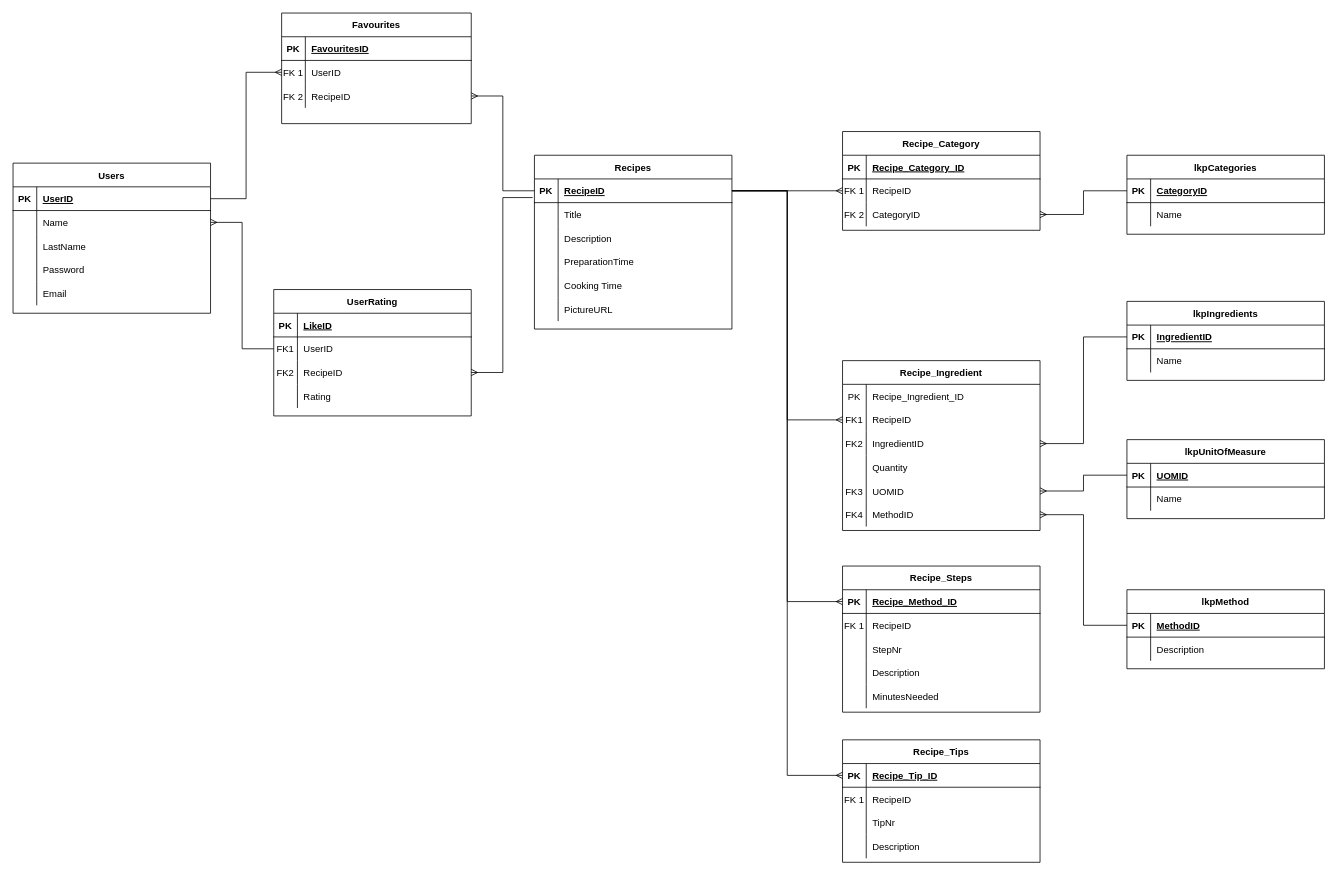
This is Database/CSCK543_EMA_ERD_RecipeApp_Main.drawio from nicolasKappa/Food_Recipe_Web_App, a draw.io file, before an edit. Source tidied: cells renumbered, new cells numbered last; positions are measured from the earlier drawing's top-left corner, leaving out a move shared by most shapes. Both pictures are drawn from the tidied source at 79%, with x=0, y=0 at pixel (13, 13).
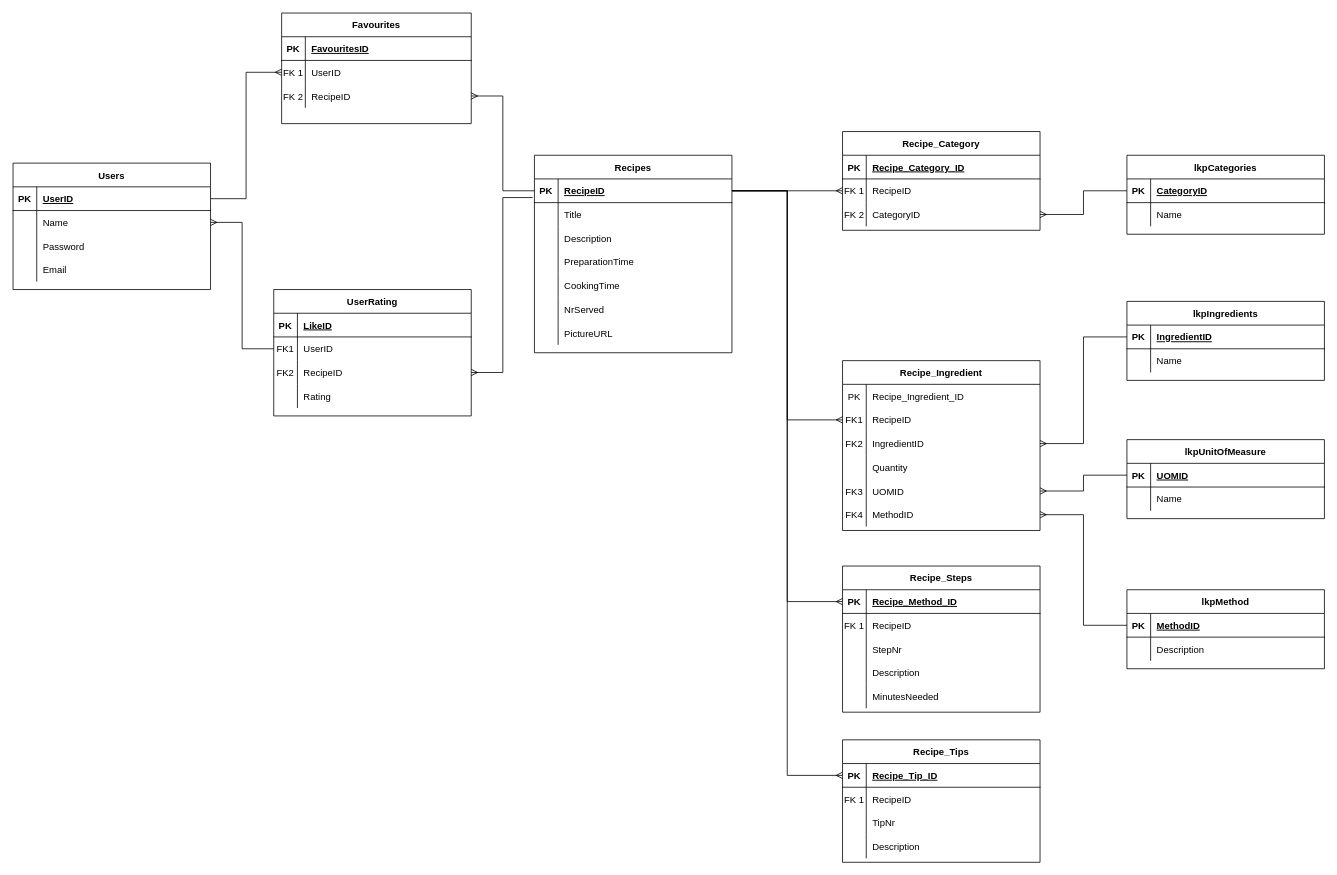
After the change.

Commit message:
Updated based on Session2 (UI/UX detail incorporated)

Unchanged cells that the change refers to:
```xml
<mxCell id="15" style="shape=partialRectangle;fillColor=none;top=0;left=0;right=0;bottom=0;" parent="2" vertex="1">
  <mxGeometry y="150" width="250" height="30" as="geometry" />
</mxCell>
```

Diff of the diagram source:
```diff
@@
     <mxCell id="2" value="Recipes" style="shape=table;startSize=30;childLayout=tableLayout;rowLines=0;fontStyle=1;align=center;" parent="1" vertex="1">
-      <mxGeometry x="660" y="180" width="250" height="220" as="geometry" />
+      <mxGeometry x="660" y="180" width="250" height="250" as="geometry" />
     </mxCell>
@@
-    <mxCell id="17" value="Cooking Time" style="shape=partialRectangle;overflow=hidden;fillColor=none;top=0;left=0;bottom=0;right=0;align=left;spacingLeft=6;" parent="15" vertex="1">
+    <mxCell id="17" value="CookingTime" style="shape=partialRectangle;overflow=hidden;fillColor=none;top=0;left=0;bottom=0;right=0;align=left;spacingLeft=6;" parent="15" vertex="1">
       <mxGeometry x="30" width="220" height="30" as="geometry" />
     </mxCell>
+    <mxCell id="159" style="shape=partialRectangle;fillColor=none;top=0;left=0;right=0;bottom=0;" parent="2" vertex="1">
+      <mxGeometry y="180" width="250" height="30" as="geometry" />
+    </mxCell>
+    <mxCell id="36" style="shape=partialRectangle;overflow=hidden;fillColor=none;top=0;left=0;bottom=0;right=0;" parent="159" vertex="1">
+      <mxGeometry width="30" height="30" as="geometry" />
+    </mxCell>
+    <mxCell id="160" value="NrServed" style="shape=partialRectangle;overflow=hidden;fillColor=none;top=0;left=0;bottom=0;right=0;align=left;spacingLeft=6;" parent="159" vertex="1">
+      <mxGeometry x="30" width="220" height="30" as="geometry" />
+    </mxCell>
     <mxCell id="18" style="shape=partialRectangle;fillColor=none;top=0;left=0;right=0;bottom=0;" parent="2" vertex="1">
-      <mxGeometry y="180" width="250" height="30" as="geometry" />
+      <mxGeometry y="210" width="250" height="30" as="geometry" />
     </mxCell>
@@
     <mxCell id="28" value="Users" style="shape=table;startSize=30;childLayout=tableLayout;rowLines=0;fontStyle=1;align=center;" parent="1" vertex="1">
-      <mxGeometry y="190" width="250" height="190" as="geometry" />
+      <mxGeometry y="190" width="250" height="160" as="geometry" />
     </mxCell>
@@
-    <mxCell id="35" style="shape=partialRectangle;fillColor=none;top=0;left=0;right=0;bottom=0;" parent="28" vertex="1">
-      <mxGeometry y="90" width="250" height="30" as="geometry" />
-    </mxCell>
-    <mxCell id="36" style="shape=partialRectangle;overflow=hidden;fillColor=none;top=0;left=0;bottom=0;right=0;" parent="35" vertex="1">
-      <mxGeometry width="30" height="30" as="geometry" />
-    </mxCell>
-    <mxCell id="37" value="LastName" style="shape=partialRectangle;overflow=hidden;fillColor=none;top=0;left=0;bottom=0;right=0;align=left;spacingLeft=6;" parent="35" vertex="1">
-      <mxGeometry x="30" width="220" height="30" as="geometry" />
-    </mxCell>
     <mxCell id="38" style="shape=partialRectangle;fillColor=none;top=0;left=0;right=0;bottom=0;" parent="28" vertex="1">
-      <mxGeometry y="120" width="250" height="30" as="geometry" />
+      <mxGeometry y="90" width="250" height="30" as="geometry" />
     </mxCell>
@@
     <mxCell id="41" style="shape=partialRectangle;fillColor=none;top=0;left=0;right=0;bottom=0;" parent="28" vertex="1">
-      <mxGeometry y="150" width="250" height="30" as="geometry" />
+      <mxGeometry y="120" width="250" height="30" as="geometry" />
     </mxCell>
```
